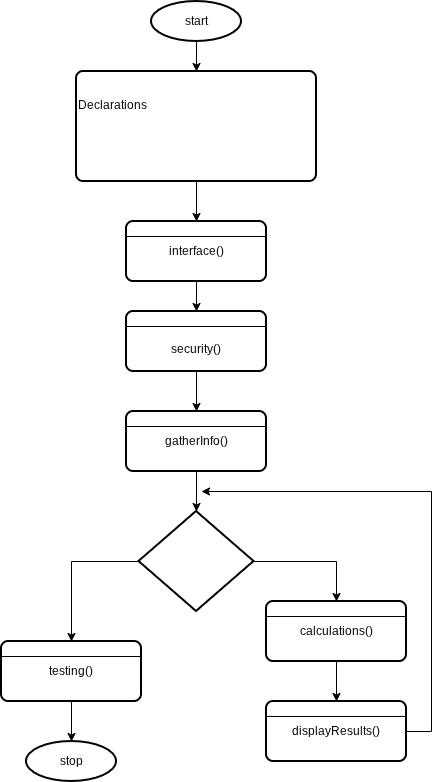
The draw.io diagram Group Project Main Program.drawio.png in istewart23/Computing-Logic, before a commit. Source tidied: cells renumbered, new cells last; positions are measured from the earlier drawing's top-left corner, leaving out a move shared by most shapes.
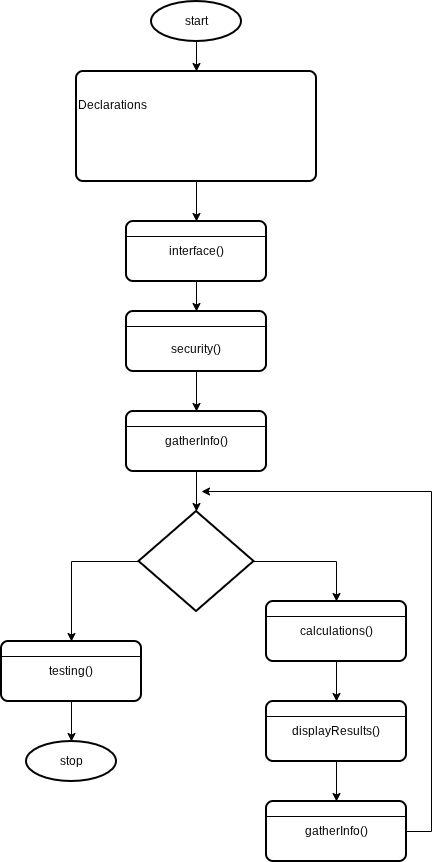
The same file after the commit.

The edit, as a diff of the source:
```diff
@@ -56,15 +56,18 @@
     <mxCell id="19" style="endArrow=none;html=1;rounded=0;entryX=1;entryY=0.25;entryDx=0;entryDy=0;exitX=0;exitY=0.25;exitDx=0;exitDy=0;" parent="1" edge="1" source="18" target="18">
       <mxGeometry relative="1" as="geometry" />
     </mxCell>
-    <mxCell id="20" style="edgeStyle=orthogonalEdgeStyle;rounded=0;jettySize=auto;html=1;exitX=1;exitY=0.5;exitDx=0;exitDy=0;" parent="1" edge="1" source="21">
+    <mxCell id="20" style="edgeStyle=orthogonalEdgeStyle;rounded=0;jettySize=auto;html=1;exitX=1;exitY=0.5;exitDx=0;exitDy=0;" parent="1" edge="1" source="29">
       <mxGeometry relative="1" as="geometry">
         <mxPoint x="200" y="490" as="targetPoint" />
         <Array as="points">
-          <mxPoint x="430" y="730" />
+          <mxPoint x="430" y="830" />
           <mxPoint x="430" y="490" />
         </Array>
       </mxGeometry>
     </mxCell>
+    <mxCell id="28" style="edgeStyle=orthogonalEdgeStyle;rounded=0;jettySize=auto;html=1;" parent="1" edge="1" source="21" target="29">
+      <mxGeometry relative="1" as="geometry" />
+    </mxCell>
     <mxCell id="21" value="&lt;div&gt;displayResults()&lt;/div&gt;" style="rounded=1;whiteSpace=wrap;html=1;absoluteArcSize=1;arcSize=14;strokeWidth=2;" parent="1" vertex="1">
       <mxGeometry x="265" y="700" width="140" height="60" as="geometry" />
     </mxCell>
@@ -86,5 +89,11 @@
     <mxCell id="27" style="edgeStyle=orthogonalEdgeStyle;rounded=0;jettySize=auto;html=1;entryX=0.5;entryY=0;entryDx=0;entryDy=0;entryPerimeter=0;" parent="1" edge="1" source="9" target="26">
       <mxGeometry relative="1" as="geometry" />
     </mxCell>
+    <mxCell id="29" value="&lt;div&gt;gatherInfo()&lt;/div&gt;" style="rounded=1;whiteSpace=wrap;html=1;absoluteArcSize=1;arcSize=14;strokeWidth=2;" parent="1" vertex="1">
+      <mxGeometry x="265" y="800" width="140" height="60" as="geometry" />
+    </mxCell>
+    <mxCell id="30" style="endArrow=none;html=1;rounded=0;entryX=1;entryY=0.25;entryDx=0;entryDy=0;exitX=0;exitY=0.25;exitDx=0;exitDy=0;" parent="1" edge="1" source="29" target="29">
+      <mxGeometry relative="1" as="geometry" />
+    </mxCell>
   </root>
 </mxGraphModel>
```
